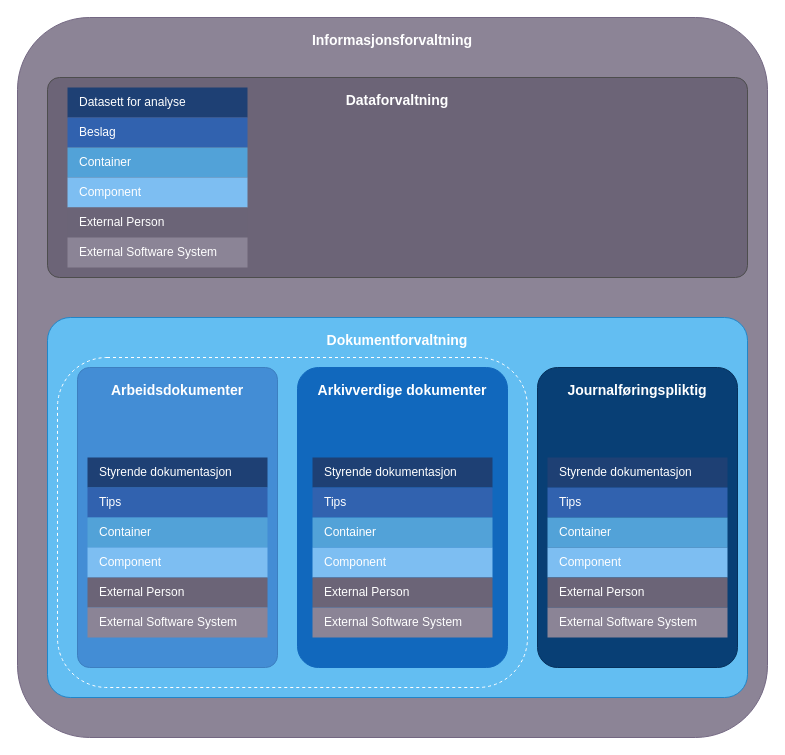
Above: page "Informasjonsforvaltning" (15 of 15) of .drawio in mortenee/draw.io (draw.io), before the change. Source tidied: cells renumbered, new cells numbered last; positions are measured from the earlier drawing's top-left corner, leaving out a move shared by most shapes. Both pictures are drawn from the tidied source at 100%, with x=0, y=0 at pixel (17, 17).
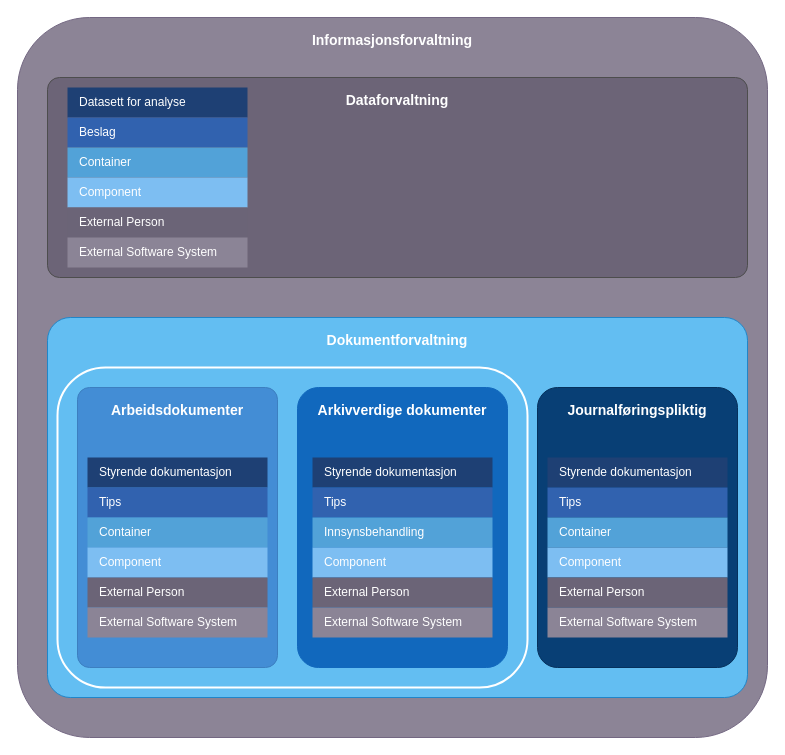
The same diagram, later.

The change refers to these unchanged cells:
```xml
<mxCell id="14" style="shape=tableRow;horizontal=0;startSize=0;swimlaneHead=0;swimlaneBody=0;strokeColor=inherit;top=0;left=0;bottom=0;right=0;fillColor=none;fontSize=12;" parent="9" vertex="1">
  <mxGeometry y="90" width="180" height="30" as="geometry" />
</mxCell>
```

Diff of the diagram source:
```diff
@@
     <object id="5" label="&lt;b style=&quot;font-size: 14px;&quot;&gt;%c4Name%&lt;/b&gt;&lt;div style=&quot;font-size: 14px;&quot;&gt;&lt;/div&gt;" c4Name="Journalføringspliktig" placeholders="1">
       <mxCell style="rounded=1;whiteSpace=wrap;html=1;labelBackgroundColor=none;fillColor=#083F75;fontColor=#ffffff;align=center;arcSize=10;strokeColor=#06315C;metaData={&quot;c4Type&quot;:{&quot;editable&quot;:false}};labelPosition=center;verticalLabelPosition=middle;verticalAlign=top;fontFamily=Helvetica;fontSize=14;spacingTop=8;dashed=0;" parent="1" vertex="1">
-        <mxGeometry x="520" y="350" width="200" height="300" as="geometry" />
+        <mxGeometry x="520" y="370" width="200" height="280" as="geometry" />
       </mxCell>
     </object>
-    <mxCell id="6" style="rounded=1;whiteSpace=wrap;html=1;labelBorderColor=none;shadow=0;dashed=1;strokeColor=#ffffff;fillColor=#63bef2;" parent="1" vertex="1">
-      <mxGeometry x="40" y="340" width="470" height="330" as="geometry" />
+    <mxCell id="6" style="rounded=1;whiteSpace=wrap;html=1;labelBorderColor=none;shadow=0;strokeColor=#ffffff;fillColor=#63bef2;strokeWidth=2;" parent="1" vertex="1">
+      <mxGeometry x="40" y="350" width="470" height="320" as="geometry" />
     </mxCell>
     <object id="7" label="&lt;b style=&quot;font-size: 14px;&quot;&gt;%c4Name%&lt;/b&gt;&lt;div style=&quot;font-size: 14px;&quot;&gt;&lt;/div&gt;" c4Name="Arbeidsdokumenter" placeholders="1">
       <mxCell style="rounded=1;whiteSpace=wrap;html=1;labelBackgroundColor=none;fillColor=#438DD5;fontColor=#ffffff;align=center;arcSize=6;strokeColor=#3C7FC0;metaData={&quot;c4Type&quot;:{&quot;editable&quot;:false}};labelPosition=center;verticalLabelPosition=middle;verticalAlign=top;fontFamily=Helvetica;fontSize=14;spacingTop=8;" parent="1" vertex="1">
-        <mxGeometry x="60" y="350" width="200" height="300" as="geometry" />
+        <mxGeometry x="60" y="370" width="200" height="280" as="geometry" />
       </mxCell>
     </object>
     <object id="8" label="&lt;b style=&quot;font-size: 14px;&quot;&gt;%c4Name%&lt;/b&gt;&lt;div style=&quot;font-size: 14px;&quot;&gt;&lt;/div&gt;" c4Name="Arkivverdige dokumenter" placeholders="1">
       <mxCell style="rounded=1;whiteSpace=wrap;html=1;labelBackgroundColor=none;fillColor=#1168BD;fontColor=#ffffff;align=center;arcSize=10;strokeColor=#1168BD;metaData={&quot;c4Type&quot;:{&quot;editable&quot;:false}};labelPosition=center;verticalLabelPosition=middle;verticalAlign=top;spacingTop=8;fontSize=14;" parent="1" vertex="1">
-        <mxGeometry x="280" y="350" width="210" height="300" as="geometry" />
+        <mxGeometry x="280" y="370" width="210" height="280" as="geometry" />
       </mxCell>
     </object>
@@
-    <mxCell id="15" value="Container" style="shape=partialRectangle;html=1;whiteSpace=wrap;strokeColor=inherit;overflow=hidden;fillColor=#52a2d8;top=0;left=0;bottom=0;right=0;fontSize=12;align=left;fontColor=#FFFFFF;gradientColor=none;spacingLeft=10;spacingRight=4;" parent="14" vertex="1">
+    <mxCell id="15" value="Innsynsbehandling" style="shape=partialRectangle;html=1;whiteSpace=wrap;strokeColor=inherit;overflow=hidden;fillColor=#52a2d8;top=0;left=0;bottom=0;right=0;fontSize=12;align=left;fontColor=#FFFFFF;gradientColor=none;spacingLeft=10;spacingRight=4;" parent="14" vertex="1">
       <mxGeometry width="180" height="30" as="geometry" />
     </mxCell>
```
